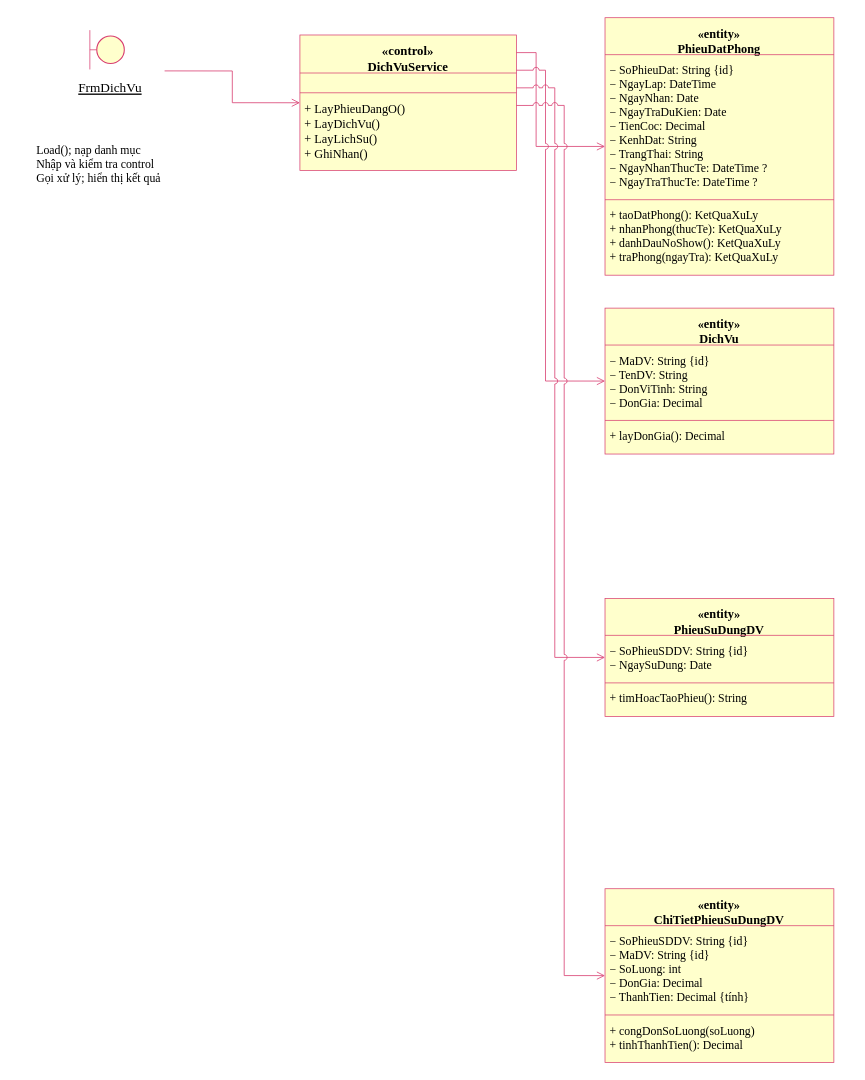
Earlier version of the draw.io diagram LAB3/UML/19_ChucNangDichVu.drawio (kanishere55/LAB_AT_OOSD). Source tidied: cells renumbered, new cells numbered last; positions are measured from the earlier drawing's top-left corner, leaving out a move shared by most shapes. Both pictures are drawn from the tidied source at 108%, with x=0, y=0 at pixel (36, 17).
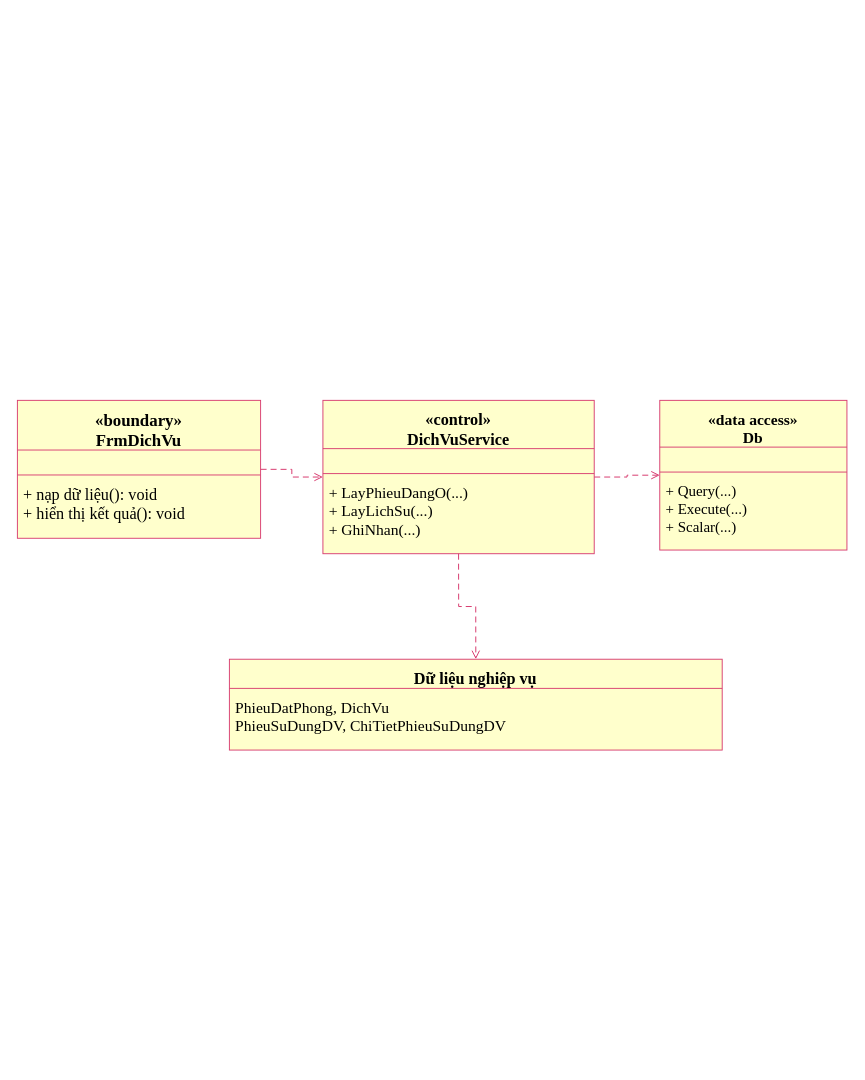
The same page after the edit.

The edit, as a diff of the source:
```diff
@@
-    <mxCell id="2" style="group;html=0;" parent="1" vertex="1">
-      <mxGeometry x="18.7" y="15" width="100.2" height="68.3" as="geometry" />
-    </mxCell>
+    <mxCell id="47" style="group;html=0;" parent="1" vertex="1">
+      <mxGeometry x="-17.4" y="354.2" width="225.2" height="127.7" as="geometry" />
+    </mxCell>
-    <mxCell id="3" style="shape=ellipse;fillColor=#ffffcc;strokeColor=#d83d70;" parent="2" vertex="1">
-      <mxGeometry x="37.4" y="1.8" width="25.5" height="25.5" as="geometry" />
+    <mxCell id="3" style="rounded=0;arcSize=12;html=0;fillColor=#FFFFCC;strokeColor=#D83D70;strokeWidth=0.866;" parent="47" vertex="1">
+      <mxGeometry width="225.2" height="127.7" as="geometry" />
     </mxCell>
-    <mxCell id="4" style="edgeStyle=none;noEdgeStyle=1;rounded=0;strokeColor=#d83d70;strokeWidth=0.683;endArrow=none;startArrow=none;" parent="2" edge="1">
-      <mxGeometry relative="1" as="geometry">
-        <mxPoint x="31" y="-3.6" as="sourcePoint" />
-        <mxPoint x="31" y="32.8" as="targetPoint" />
-      </mxGeometry>
+    <mxCell id="4" value="«boundary»&#10;FrmDichVu" style="text;html=0;strokeColor=none;fillColor=none;fontFamily=Times New Roman;fontColor=#000000;fontSize=15.593;fontStyle=1;align=center;verticalAlign=top;spacing=0;whiteSpace=nowrap;overflow=visible;" parent="47" vertex="1">
+      <mxGeometry x="70.6" y="4.6" width="84" height="39.7" as="geometry" />
     </mxCell>
-    <mxCell id="5" style="edgeStyle=none;noEdgeStyle=1;rounded=0;strokeColor=#d83d70;strokeWidth=0.683;endArrow=none;startArrow=none;" parent="2" edge="1">
+    <mxCell id="5" style="edgeStyle=none;noEdgeStyle=1;rounded=0;strokeColor=#D83D70;strokeWidth=0.866;endArrow=none;startArrow=none;" parent="47" edge="1">
       <mxGeometry relative="1" as="geometry">
-        <mxPoint x="31" y="14.6" as="sourcePoint" />
-        <mxPoint x="37.4" y="14.6" as="targetPoint" />
+        <mxPoint y="46" as="sourcePoint" />
+        <mxPoint x="225.2" y="46" as="targetPoint" />
       </mxGeometry>
     </mxCell>
-    <mxCell id="6" value="FrmDichVu" style="text;html=0;strokeColor=none;fillColor=none;fontFamily=Times New Roman;fontColor=#000000;fontSize=12.301;fontStyle=4;align=center;verticalAlign=top;spacing=0;whiteSpace=nowrap;overflow=visible;" parent="2" vertex="1">
-      <mxGeometry x="19" y="38.3" width="62.2" height="16.8" as="geometry" />
+    <mxCell id="6" style="edgeStyle=none;noEdgeStyle=1;rounded=0;strokeColor=#D83D70;strokeWidth=0.866;endArrow=none;startArrow=none;" parent="47" edge="1">
+      <mxGeometry relative="1" as="geometry">
+        <mxPoint y="69.1" as="sourcePoint" />
+        <mxPoint x="225.2" y="69.1" as="targetPoint" />
+      </mxGeometry>
     </mxCell>
-    <mxCell id="7" value="Load(); nạp danh mục&#10;Nhập và kiểm tra control&#10;Gọi xử lý; hiển thị kết quả" style="text;html=0;strokeColor=none;fillColor=none;fontFamily=Times New Roman;fontColor=#000000;fontSize=10.934;fontStyle=0;align=left;verticalAlign=top;spacing=0;whiteSpace=nowrap;overflow=visible;" parent="1" vertex="1">
-      <mxGeometry x="0.5" y="111.6" width="118.3" height="41" as="geometry" />
+    <mxCell id="7" value="+ nạp dữ liệu(): void&#10;+ hiển thị kết quả(): void" style="text;html=0;strokeColor=none;fillColor=none;fontFamily=Times New Roman;fontColor=#000000;fontSize=15.016;fontStyle=0;align=left;verticalAlign=top;spacing=0;whiteSpace=nowrap;overflow=visible;" parent="47" vertex="1">
+      <mxGeometry x="5.8" y="73.8" width="153.5" height="38.3" as="geometry" />
     </mxCell>
-    <mxCell id="8" style="group;html=0;" parent="1" vertex="1">
-      <mxGeometry x="244.2" y="15.9" width="200.5" height="125.5" as="geometry" />
-    </mxCell>
+    <mxCell id="48" style="group;html=0;" parent="1" vertex="1">
+      <mxGeometry x="265.5" y="354.2" width="251.2" height="142" as="geometry" />
+    </mxCell>
-    <mxCell id="9" style="rounded=0;arcSize=12;html=0;fillColor=#ffffcc;strokeColor=#d83d70;strokeWidth=0.683;" parent="8" vertex="1">
-      <mxGeometry width="200.5" height="125.5" as="geometry" />
+    <mxCell id="9" style="rounded=0;arcSize=12;html=0;fillColor=#FFFFCC;strokeColor=#D83D70;strokeWidth=0.866;" parent="48" vertex="1">
+      <mxGeometry width="251.2" height="142" as="geometry" />
     </mxCell>
-    <mxCell id="10" value="«control»&#10;DichVuService" style="text;html=0;strokeColor=none;fillColor=none;fontFamily=Times New Roman;fontColor=#000000;fontSize=11.846;fontStyle=1;align=center;verticalAlign=top;spacing=0;whiteSpace=nowrap;overflow=visible;" parent="8" vertex="1">
-      <mxGeometry x="61.1" y="3.6" width="78.3" height="30.2" as="geometry" />
+    <mxCell id="10" value="«control»&#10;DichVuService" style="text;html=0;strokeColor=none;fillColor=none;fontFamily=Times New Roman;fontColor=#000000;fontSize=15.016;fontStyle=1;align=center;verticalAlign=top;spacing=0;whiteSpace=nowrap;overflow=visible;" parent="48" vertex="1">
+      <mxGeometry x="76" y="4.6" width="99.3" height="38.3" as="geometry" />
     </mxCell>
-    <mxCell id="11" style="edgeStyle=none;noEdgeStyle=1;rounded=0;strokeColor=#d83d70;strokeWidth=0.683;endArrow=none;startArrow=none;" parent="8" edge="1">
+    <mxCell id="11" style="edgeStyle=none;noEdgeStyle=1;rounded=0;strokeColor=#D83D70;strokeWidth=0.866;endArrow=none;startArrow=none;" parent="48" edge="1">
       <mxGeometry relative="1" as="geometry">
-        <mxPoint y="35.2" as="sourcePoint" />
-        <mxPoint x="200.5" y="35.2" as="targetPoint" />
+        <mxPoint y="44.7" as="sourcePoint" />
+        <mxPoint x="251.2" y="44.7" as="targetPoint" />
       </mxGeometry>
     </mxCell>
-    <mxCell id="12" style="edgeStyle=none;noEdgeStyle=1;rounded=0;strokeColor=#d83d70;strokeWidth=0.683;endArrow=none;startArrow=none;" parent="8" edge="1">
+    <mxCell id="12" style="edgeStyle=none;noEdgeStyle=1;rounded=0;strokeColor=#D83D70;strokeWidth=0.866;endArrow=none;startArrow=none;" parent="48" edge="1">
       <mxGeometry relative="1" as="geometry">
-        <mxPoint y="53.5" as="sourcePoint" />
-        <mxPoint x="200.5" y="53.5" as="targetPoint" />
+        <mxPoint y="67.8" as="sourcePoint" />
+        <mxPoint x="251.2" y="67.8" as="targetPoint" />
       </mxGeometry>
     </mxCell>
-    <mxCell id="13" value="+ LayPhieuDangO()&#10;+ LayDichVu()&#10;+ LayLichSu()&#10;+ GhiNhan()" style="text;html=0;strokeColor=none;fillColor=none;fontFamily=Times New Roman;fontColor=#000000;fontSize=11.390;fontStyle=0;align=left;verticalAlign=top;spacing=0;whiteSpace=nowrap;overflow=visible;" parent="8" vertex="1">
-      <mxGeometry x="4.6" y="57.1" width="95.9" height="56" as="geometry" />
+    <mxCell id="13" value="+ LayPhieuDangO(...)&#10;+ LayLichSu(...)&#10;+ GhiNhan(...)" style="text;html=0;strokeColor=none;fillColor=none;fontFamily=Times New Roman;fontColor=#000000;fontSize=14.438;fontStyle=0;align=left;verticalAlign=top;spacing=0;whiteSpace=nowrap;overflow=visible;" parent="48" vertex="1">
+      <mxGeometry x="5.8" y="72.4" width="132.4" height="54" as="geometry" />
     </mxCell>
+    <mxCell id="49" style="group;html=0;" parent="1" vertex="1">
+      <mxGeometry x="577.4" y="354.2" width="173.3" height="138.6" as="geometry" />
+    </mxCell>
-    <mxCell id="14" style="edgeStyle=none;noEdgeStyle=1;rounded=0;jumpStyle=arc;jumpSize=6;strokeColor=#d83d70;strokeWidth=0.729;endArrow=open;endFill=0;startArrow=none;startFill=1;exitX=1.0;exitY=0.5;exitPerimeter=0;entryX=0.0;entryY=0.5;entryPerimeter=0;" parent="1" edge="1" source="2" target="8">
-      <mxGeometry relative="1" as="geometry">
-        <Array as="points">
-          <mxPoint x="181.6" y="49.2" />
-          <mxPoint x="181.6" y="78.6" />
-        </Array>
-      </mxGeometry>
+    <mxCell id="14" style="rounded=0;arcSize=12;html=0;fillColor=#FFFFCC;strokeColor=#D83D70;strokeWidth=0.866;" parent="49" vertex="1">
+      <mxGeometry width="173.3" height="138.6" as="geometry" />
     </mxCell>
-    <mxCell id="15" style="group;html=0;" parent="1" vertex="1">
-      <mxGeometry x="526.7" y="-0.1" width="211.9" height="238.4" as="geometry" />
-    </mxCell>
-    <mxCell id="16" style="rounded=0;arcSize=12;html=0;fillColor=#ffffcc;strokeColor=#d83d70;strokeWidth=0.683;" parent="15" vertex="1">
-      <mxGeometry width="211.9" height="238.4" as="geometry" />
+    <mxCell id="16" value="«data access»&#10;Db" style="text;html=0;strokeColor=none;fillColor=none;fontFamily=Times New Roman;fontColor=#000000;fontSize=14.438;fontStyle=1;align=center;verticalAlign=top;spacing=0;whiteSpace=nowrap;overflow=visible;" parent="49" vertex="1">
+      <mxGeometry x="43.5" y="4.6" width="86.3" height="37" as="geometry" />
     </mxCell>
-    <mxCell id="17" value="«entity»&#10;PhieuDatPhong" style="text;html=0;strokeColor=none;fillColor=none;fontFamily=Times New Roman;fontColor=#000000;fontSize=11.390;fontStyle=1;align=center;verticalAlign=top;spacing=0;whiteSpace=nowrap;overflow=visible;" parent="15" vertex="1">
-      <mxGeometry x="66.2" y="3.6" width="79.4" height="29.2" as="geometry" />
+    <mxCell id="17" style="edgeStyle=none;noEdgeStyle=1;rounded=0;strokeColor=#D83D70;strokeWidth=0.866;endArrow=none;startArrow=none;" parent="49" edge="1">
+      <mxGeometry relative="1" as="geometry">
+        <mxPoint y="43.3" as="sourcePoint" />
+        <mxPoint x="173.3" y="43.3" as="targetPoint" />
+      </mxGeometry>
     </mxCell>
-    <mxCell id="18" style="edgeStyle=none;noEdgeStyle=1;rounded=0;strokeColor=#d83d70;strokeWidth=0.683;endArrow=none;startArrow=none;" parent="15" edge="1">
+    <mxCell id="18" style="edgeStyle=none;noEdgeStyle=1;rounded=0;strokeColor=#D83D70;strokeWidth=0.866;endArrow=none;startArrow=none;" parent="49" edge="1">
       <mxGeometry relative="1" as="geometry">
-        <mxPoint y="34.2" as="sourcePoint" />
-        <mxPoint x="211.9" y="34.2" as="targetPoint" />
+        <mxPoint y="66.4" as="sourcePoint" />
+        <mxPoint x="173.3" y="66.4" as="targetPoint" />
       </mxGeometry>
     </mxCell>
-    <mxCell id="19" value="− SoPhieuDat: String {id}&#10;− NgayLap: DateTime&#10;− NgayNhan: Date&#10;− NgayTraDuKien: Date&#10;− TienCoc: Decimal&#10;− KenhDat: String&#10;− TrangThai: String&#10;− NgayNhanThucTe: DateTime ?&#10;− NgayTraThucTe: DateTime ?" style="text;html=0;strokeColor=none;fillColor=none;fontFamily=Times New Roman;fontColor=#000000;fontSize=10.934;fontStyle=0;align=left;verticalAlign=top;spacing=0;whiteSpace=nowrap;overflow=visible;" parent="15" vertex="1">
-      <mxGeometry x="4.6" y="37.8" width="150.6" height="118.4" as="geometry" />
+    <mxCell id="19" value="+ Query(...)&#10;+ Execute(...)&#10;+ Scalar(...)" style="text;html=0;strokeColor=none;fillColor=none;fontFamily=Times New Roman;fontColor=#000000;fontSize=13.861;fontStyle=0;align=left;verticalAlign=top;spacing=0;whiteSpace=nowrap;overflow=visible;" parent="49" vertex="1">
+      <mxGeometry x="5.8" y="71" width="79.3" height="52" as="geometry" />
     </mxCell>
-    <mxCell id="20" style="edgeStyle=none;noEdgeStyle=1;rounded=0;strokeColor=#d83d70;strokeWidth=0.683;endArrow=none;startArrow=none;" parent="15" edge="1">
+    <mxCell id="20" style="edgeStyle=none;noEdgeStyle=1;rounded=0;jumpStyle=arc;jumpSize=6;strokeColor=#D83D70;strokeWidth=0.924;endArrow=open;endFill=0;startArrow=none;startFill=1;dashed=1;dashPattern=6 4;exitX=1.0;exitY=0.5;exitPerimeter=0;entryX=0.0;entryY=0.5;entryPerimeter=0;" parent="1" edge="1" source="47" target="48">
       <mxGeometry relative="1" as="geometry">
-        <mxPoint y="168.5" as="sourcePoint" />
-        <mxPoint x="211.9" y="168.5" as="targetPoint" />
+        <Array as="points">
+          <mxPoint x="236.7" y="418.1" />
+          <mxPoint x="236.7" y="425.2" />
+        </Array>
       </mxGeometry>
     </mxCell>
-    <mxCell id="21" value="+ taoDatPhong(): KetQuaXuLy&#10;+ nhanPhong(thucTe): KetQuaXuLy&#10;+ danhDauNoShow(): KetQuaXuLy&#10;+ traPhong(ngayTra): KetQuaXuLy" style="text;html=0;strokeColor=none;fillColor=none;fontFamily=Times New Roman;fontColor=#000000;fontSize=10.934;fontStyle=0;align=left;verticalAlign=top;spacing=0;whiteSpace=nowrap;overflow=visible;" parent="15" vertex="1">
-      <mxGeometry x="4.6" y="172.2" width="164" height="53.9" as="geometry" />
+    <mxCell id="21" style="edgeStyle=none;noEdgeStyle=1;rounded=0;jumpStyle=arc;jumpSize=6;strokeColor=#D83D70;strokeWidth=0.924;endArrow=open;endFill=0;startArrow=none;startFill=1;dashed=1;dashPattern=6 4;exitX=1.0;exitY=0.5;exitPerimeter=0;entryX=0.0;entryY=0.5;entryPerimeter=0;" parent="1" edge="1" source="48" target="49">
+      <mxGeometry relative="1" as="geometry">
+        <Array as="points">
+          <mxPoint x="547.1" y="425.2" />
+          <mxPoint x="547.1" y="423.5" />
+        </Array>
+      </mxGeometry>
     </mxCell>
+    <mxCell id="50" style="group;html=0;" parent="1" vertex="1">
+      <mxGeometry x="178.9" y="593.9" width="456.3" height="84.1" as="geometry" />
+    </mxCell>
-    <mxCell id="22" style="edgeStyle=none;noEdgeStyle=1;rounded=0;jumpStyle=arc;jumpSize=6;strokeColor=#d83d70;strokeWidth=0.729;endArrow=open;endFill=0;startArrow=none;startFill=1;exitX=1.0;exitY=0.13;exitPerimeter=0;entryX=0.0;entryY=0.5;entryPerimeter=0;" parent="1" edge="1" source="8" target="15">
-      <mxGeometry relative="1" as="geometry">
-        <Array as="points">
-          <mxPoint x="462.9" y="32.2" />
-          <mxPoint x="462.9" y="119.1" />
-        </Array>
-      </mxGeometry>
+    <mxCell id="22" style="rounded=0;arcSize=12;html=0;fillColor=#FFFFCC;strokeColor=#D83D70;strokeWidth=0.866;" parent="50" vertex="1">
+      <mxGeometry width="456.3" height="84.1" as="geometry" />
     </mxCell>
-    <mxCell id="23" style="group;html=0;" parent="1" vertex="1">
-      <mxGeometry x="526.7" y="268.8" width="211.9" height="135.1" as="geometry" />
-    </mxCell>
-    <mxCell id="24" style="rounded=0;arcSize=12;html=0;fillColor=#ffffcc;strokeColor=#d83d70;strokeWidth=0.683;" parent="23" vertex="1">
-      <mxGeometry width="211.9" height="135.1" as="geometry" />
+    <mxCell id="24" value="Dữ liệu nghiệp vụ" style="text;html=0;strokeColor=none;fillColor=none;fontFamily=Times New Roman;fontColor=#000000;fontSize=15.016;fontStyle=1;align=center;verticalAlign=top;spacing=0;whiteSpace=nowrap;overflow=visible;" parent="50" vertex="1">
+      <mxGeometry x="169.5" y="4.6" width="117.2" height="20.6" as="geometry" />
     </mxCell>
-    <mxCell id="25" value="«entity»&#10;DichVu" style="text;html=0;strokeColor=none;fillColor=none;fontFamily=Times New Roman;fontColor=#000000;fontSize=11.390;fontStyle=1;align=center;verticalAlign=top;spacing=0;whiteSpace=nowrap;overflow=visible;" parent="23" vertex="1">
-      <mxGeometry x="85" y="3.6" width="41.9" height="29.2" as="geometry" />
+    <mxCell id="25" style="edgeStyle=none;noEdgeStyle=1;rounded=0;strokeColor=#D83D70;strokeWidth=0.866;endArrow=none;startArrow=none;" parent="50" edge="1">
+      <mxGeometry relative="1" as="geometry">
+        <mxPoint y="27" as="sourcePoint" />
+        <mxPoint x="456.3" y="27" as="targetPoint" />
+      </mxGeometry>
     </mxCell>
-    <mxCell id="26" style="edgeStyle=none;noEdgeStyle=1;rounded=0;strokeColor=#d83d70;strokeWidth=0.683;endArrow=none;startArrow=none;" parent="23" edge="1">
-      <mxGeometry relative="1" as="geometry">
-        <mxPoint y="34.2" as="sourcePoint" />
-        <mxPoint x="211.9" y="34.2" as="targetPoint" />
-      </mxGeometry>
+    <mxCell id="26" value="PhieuDatPhong, DichVu&#10;PhieuSuDungDV, ChiTietPhieuSuDungDV" style="text;html=0;strokeColor=none;fillColor=none;fontFamily=Times New Roman;fontColor=#000000;fontSize=14.438;fontStyle=0;align=left;verticalAlign=top;spacing=0;whiteSpace=nowrap;overflow=visible;" parent="50" vertex="1">
+      <mxGeometry x="5.8" y="31.6" width="257" height="37" as="geometry" />
     </mxCell>
-    <mxCell id="27" value="− MaDV: String {id}&#10;− TenDV: String&#10;− DonViTinh: String&#10;− DonGia: Decimal" style="text;html=0;strokeColor=none;fillColor=none;fontFamily=Times New Roman;fontColor=#000000;fontSize=10.934;fontStyle=0;align=left;verticalAlign=top;spacing=0;whiteSpace=nowrap;overflow=visible;" parent="23" vertex="1">
-      <mxGeometry x="4.6" y="37.8" width="96.2" height="53.9" as="geometry" />
+    <mxCell id="27" style="edgeStyle=none;noEdgeStyle=1;rounded=0;jumpStyle=arc;jumpSize=6;strokeColor=#D83D70;strokeWidth=0.924;endArrow=open;endFill=0;startArrow=none;startFill=1;dashed=1;dashPattern=6 4;exitX=0.5;exitY=1.0;exitPerimeter=0;entryX=0.5;entryY=0.0;entryPerimeter=0;" parent="1" edge="1" source="48" target="50">
+      <mxGeometry relative="1" as="geometry">
+        <Array as="points">
+          <mxPoint x="391.2" y="545.1" />
+          <mxPoint x="407" y="545.1" />
+        </Array>
+      </mxGeometry>
     </mxCell>
-    <mxCell id="28" style="edgeStyle=none;noEdgeStyle=1;rounded=0;strokeColor=#d83d70;strokeWidth=0.683;endArrow=none;startArrow=none;" parent="23" edge="1">
-      <mxGeometry relative="1" as="geometry">
-        <mxPoint y="104" as="sourcePoint" />
-        <mxPoint x="211.9" y="104" as="targetPoint" />
-      </mxGeometry>
-    </mxCell>
-    <mxCell id="29" value="+ layDonGia(): Decimal" style="text;html=0;strokeColor=none;fillColor=none;fontFamily=Times New Roman;fontColor=#000000;fontSize=10.934;fontStyle=0;align=left;verticalAlign=top;spacing=0;whiteSpace=nowrap;overflow=visible;" parent="23" vertex="1">
-      <mxGeometry x="4.6" y="107.6" width="110" height="15.2" as="geometry" />
-    </mxCell>
-    <mxCell id="30" style="edgeStyle=none;noEdgeStyle=1;rounded=0;jumpStyle=arc;jumpSize=6;strokeColor=#d83d70;strokeWidth=0.729;endArrow=open;endFill=0;startArrow=none;startFill=1;exitX=1.0;exitY=0.26;exitPerimeter=0;entryX=0.0;entryY=0.49999999999999983;entryPerimeter=0;" parent="1" edge="1" source="8" target="23">
-      <mxGeometry relative="1" as="geometry">
-        <Array as="points">
-          <mxPoint x="471.6" y="48.5" />
-          <mxPoint x="471.6" y="336.3" />
-        </Array>
-      </mxGeometry>
-    </mxCell>
-    <mxCell id="31" style="group;html=0;" parent="1" vertex="1">
-      <mxGeometry x="526.7" y="537.6" width="211.9" height="109.3" as="geometry" />
-    </mxCell>
-    <mxCell id="32" style="rounded=0;arcSize=12;html=0;fillColor=#ffffcc;strokeColor=#d83d70;strokeWidth=0.683;" parent="31" vertex="1">
-      <mxGeometry width="211.9" height="109.3" as="geometry" />
-    </mxCell>
-    <mxCell id="33" value="«entity»&#10;PhieuSuDungDV" style="text;html=0;strokeColor=none;fillColor=none;fontFamily=Times New Roman;fontColor=#000000;fontSize=11.390;fontStyle=1;align=center;verticalAlign=top;spacing=0;whiteSpace=nowrap;overflow=visible;" parent="31" vertex="1">
-      <mxGeometry x="62.7" y="3.6" width="86.5" height="29.2" as="geometry" />
-    </mxCell>
-    <mxCell id="34" style="edgeStyle=none;noEdgeStyle=1;rounded=0;strokeColor=#d83d70;strokeWidth=0.683;endArrow=none;startArrow=none;" parent="31" edge="1">
-      <mxGeometry relative="1" as="geometry">
-        <mxPoint y="34.2" as="sourcePoint" />
-        <mxPoint x="211.9" y="34.2" as="targetPoint" />
-      </mxGeometry>
-    </mxCell>
-    <mxCell id="35" value="− SoPhieuSDDV: String {id}&#10;− NgaySuDung: Date" style="text;html=0;strokeColor=none;fillColor=none;fontFamily=Times New Roman;fontColor=#000000;fontSize=10.934;fontStyle=0;align=left;verticalAlign=top;spacing=0;whiteSpace=nowrap;overflow=visible;" parent="31" vertex="1">
-      <mxGeometry x="4.6" y="37.8" width="132" height="28.1" as="geometry" />
-    </mxCell>
-    <mxCell id="36" style="edgeStyle=none;noEdgeStyle=1;rounded=0;strokeColor=#d83d70;strokeWidth=0.683;endArrow=none;startArrow=none;" parent="31" edge="1">
-      <mxGeometry relative="1" as="geometry">
-        <mxPoint y="78.2" as="sourcePoint" />
-        <mxPoint x="211.9" y="78.2" as="targetPoint" />
-      </mxGeometry>
-    </mxCell>
-    <mxCell id="37" value="+ timHoacTaoPhieu(): String" style="text;html=0;strokeColor=none;fillColor=none;fontFamily=Times New Roman;fontColor=#000000;fontSize=10.934;fontStyle=0;align=left;verticalAlign=top;spacing=0;whiteSpace=nowrap;overflow=visible;" parent="31" vertex="1">
-      <mxGeometry x="4.6" y="81.8" width="131.3" height="15.2" as="geometry" />
-    </mxCell>
-    <mxCell id="38" style="edgeStyle=none;noEdgeStyle=1;rounded=0;jumpStyle=arc;jumpSize=6;strokeColor=#d83d70;strokeWidth=0.729;endArrow=open;endFill=0;startArrow=none;startFill=1;exitX=1.0;exitY=0.38999999999999996;exitPerimeter=0;entryX=0.0;entryY=0.5000000000000001;entryPerimeter=0;" parent="1" edge="1" source="8" target="31">
-      <mxGeometry relative="1" as="geometry">
-        <Array as="points">
-          <mxPoint x="480.2" y="64.8" />
-          <mxPoint x="480.2" y="592.2" />
-        </Array>
-      </mxGeometry>
-    </mxCell>
-    <mxCell id="39" style="group;html=0;" parent="1" vertex="1">
-      <mxGeometry x="526.7" y="806.4" width="211.9" height="160.9" as="geometry" />
-    </mxCell>
-    <mxCell id="40" style="rounded=0;arcSize=12;html=0;fillColor=#ffffcc;strokeColor=#d83d70;strokeWidth=0.683;" parent="39" vertex="1">
-      <mxGeometry width="211.9" height="160.9" as="geometry" />
-    </mxCell>
-    <mxCell id="41" value="«entity»&#10;ChiTietPhieuSuDungDV" style="text;html=0;strokeColor=none;fillColor=none;fontFamily=Times New Roman;fontColor=#000000;fontSize=11.390;fontStyle=1;align=center;verticalAlign=top;spacing=0;whiteSpace=nowrap;overflow=visible;" parent="39" vertex="1">
-      <mxGeometry x="44" y="3.6" width="123.8" height="29.2" as="geometry" />
-    </mxCell>
-    <mxCell id="42" style="edgeStyle=none;noEdgeStyle=1;rounded=0;strokeColor=#d83d70;strokeWidth=0.683;endArrow=none;startArrow=none;" parent="39" edge="1">
-      <mxGeometry relative="1" as="geometry">
-        <mxPoint y="34.2" as="sourcePoint" />
-        <mxPoint x="211.9" y="34.2" as="targetPoint" />
-      </mxGeometry>
-    </mxCell>
-    <mxCell id="43" value="− SoPhieuSDDV: String {id}&#10;− MaDV: String {id}&#10;− SoLuong: int&#10;− DonGia: Decimal&#10;− ThanhTien: Decimal {tính}" style="text;html=0;strokeColor=none;fillColor=none;fontFamily=Times New Roman;fontColor=#000000;fontSize=10.934;fontStyle=0;align=left;verticalAlign=top;spacing=0;whiteSpace=nowrap;overflow=visible;" parent="39" vertex="1">
-      <mxGeometry x="4.6" y="37.8" width="133.1" height="66.8" as="geometry" />
-    </mxCell>
-    <mxCell id="44" style="edgeStyle=none;noEdgeStyle=1;rounded=0;strokeColor=#d83d70;strokeWidth=0.683;endArrow=none;startArrow=none;" parent="39" edge="1">
-      <mxGeometry relative="1" as="geometry">
-        <mxPoint y="116.9" as="sourcePoint" />
-        <mxPoint x="211.9" y="116.9" as="targetPoint" />
-      </mxGeometry>
-    </mxCell>
-    <mxCell id="45" value="+ congDonSoLuong(soLuong)&#10;+ tinhThanhTien(): Decimal" style="text;html=0;strokeColor=none;fillColor=none;fontFamily=Times New Roman;fontColor=#000000;fontSize=10.934;fontStyle=0;align=left;verticalAlign=top;spacing=0;whiteSpace=nowrap;overflow=visible;" parent="39" vertex="1">
-      <mxGeometry x="4.6" y="120.6" width="137.4" height="28.1" as="geometry" />
-    </mxCell>
-    <mxCell id="46" style="edgeStyle=none;noEdgeStyle=1;rounded=0;jumpStyle=arc;jumpSize=6;strokeColor=#d83d70;strokeWidth=0.729;endArrow=open;endFill=0;startArrow=none;startFill=1;exitX=1.0;exitY=0.52;exitPerimeter=0;entryX=0.0;entryY=0.49999999999999967;entryPerimeter=0;" parent="1" edge="1" source="8" target="39">
-      <mxGeometry relative="1" as="geometry">
-        <Array as="points">
-          <mxPoint x="488.9" y="81.1" />
-          <mxPoint x="488.9" y="886.8" />
-        </Array>
-      </mxGeometry>
-    </mxCell>
```
